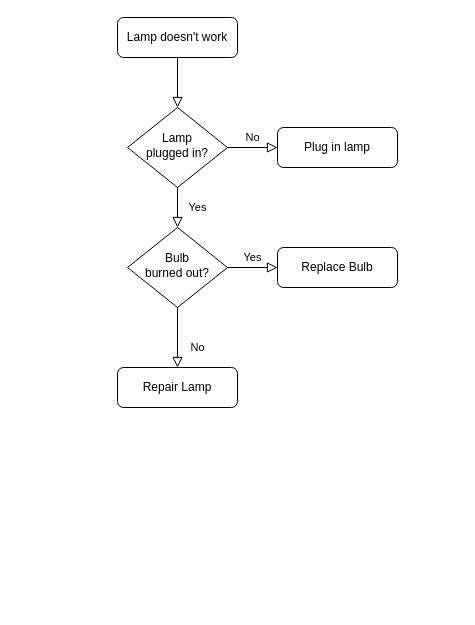
Earlier version of the draw.io diagram 大件库区周推荐商品移入移出.drawio (Viggon/draw.io). Source tidied: cells renumbered, new cells numbered last; positions are measured from the earlier drawing's top-left corner, leaving out a move shared by most shapes. Both pictures are drawn from the tidied source at 100%, with x=0, y=0 at pixel (117, 17).
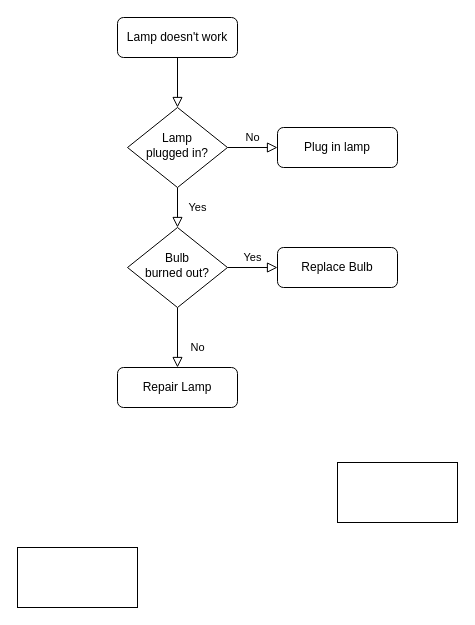
The same page after the edit.

Commit message:
更新大件库区周推荐商品移入移出.drawio

The edit, as a diff of the source:
```diff
@@
 <mxGraphModel>
   <root>
     <mxCell id="0" />
     <mxCell id="1" parent="0" />
     <mxCell id="2" style="rounded=0;html=1;jettySize=auto;fontSize=11;endArrow=block;endFill=0;endSize=8;strokeWidth=1;shadow=0;labelBackgroundColor=none;edgeStyle=orthogonalEdgeStyle;" parent="1" edge="1" source="3" target="6">
       <mxGeometry relative="1" as="geometry" />
     </mxCell>
     <mxCell id="3" value="Lamp doesn't work" style="rounded=1;whiteSpace=wrap;html=1;fontSize=12;glass=0;strokeWidth=1;shadow=0;" parent="1" vertex="1">
       <mxGeometry width="120" height="40" as="geometry" />
     </mxCell>
     <mxCell id="4" value="Yes" style="rounded=0;html=1;jettySize=auto;fontSize=11;endArrow=block;endFill=0;endSize=8;strokeWidth=1;shadow=0;labelBackgroundColor=none;edgeStyle=orthogonalEdgeStyle;" parent="1" edge="1" source="6" target="10">
       <mxGeometry y="20" relative="1" as="geometry" />
     </mxCell>
     <mxCell id="5" value="No" style="edgeStyle=orthogonalEdgeStyle;rounded=0;html=1;jettySize=auto;fontSize=11;endArrow=block;endFill=0;endSize=8;strokeWidth=1;shadow=0;labelBackgroundColor=none;" parent="1" edge="1" source="6" target="7">
       <mxGeometry y="10" relative="1" as="geometry" />
     </mxCell>
     <mxCell id="6" value="Lamp&lt;br&gt;plugged in?" style="rhombus;whiteSpace=wrap;html=1;shadow=0;fontFamily=Helvetica;fontSize=12;align=center;strokeWidth=1;spacing=6;spacingTop=-4;" parent="1" vertex="1">
       <mxGeometry x="10" y="90" width="100" height="80" as="geometry" />
     </mxCell>
     <mxCell id="7" value="Plug in lamp" style="rounded=1;whiteSpace=wrap;html=1;fontSize=12;glass=0;strokeWidth=1;shadow=0;" parent="1" vertex="1">
       <mxGeometry x="160" y="110" width="120" height="40" as="geometry" />
     </mxCell>
     <mxCell id="8" value="No" style="rounded=0;html=1;jettySize=auto;fontSize=11;endArrow=block;endFill=0;endSize=8;strokeWidth=1;shadow=0;labelBackgroundColor=none;edgeStyle=orthogonalEdgeStyle;" parent="1" edge="1" source="10" target="11">
       <mxGeometry x="0.33" y="20" relative="1" as="geometry" />
     </mxCell>
     <mxCell id="9" value="Yes" style="edgeStyle=orthogonalEdgeStyle;rounded=0;html=1;jettySize=auto;fontSize=11;endArrow=block;endFill=0;endSize=8;strokeWidth=1;shadow=0;labelBackgroundColor=none;" parent="1" edge="1" source="10" target="12">
       <mxGeometry y="10" relative="1" as="geometry" />
     </mxCell>
     <mxCell id="10" value="Bulb&lt;br&gt;burned out?" style="rhombus;whiteSpace=wrap;html=1;shadow=0;fontFamily=Helvetica;fontSize=12;align=center;strokeWidth=1;spacing=6;spacingTop=-4;" parent="1" vertex="1">
       <mxGeometry x="10" y="210" width="100" height="80" as="geometry" />
     </mxCell>
     <mxCell id="11" value="Repair Lamp" style="rounded=1;whiteSpace=wrap;html=1;fontSize=12;glass=0;strokeWidth=1;shadow=0;" parent="1" vertex="1">
       <mxGeometry y="350" width="120" height="40" as="geometry" />
     </mxCell>
     <mxCell id="12" value="Replace Bulb" style="rounded=1;whiteSpace=wrap;html=1;fontSize=12;glass=0;strokeWidth=1;shadow=0;" parent="1" vertex="1">
       <mxGeometry x="160" y="230" width="120" height="40" as="geometry" />
     </mxCell>
+    <mxCell id="13" style="rounded=0;whiteSpace=wrap;html=1;" parent="1" vertex="1">
+      <mxGeometry x="220" y="445" width="120" height="60" as="geometry" />
+    </mxCell>
+    <mxCell id="14" style="rounded=0;whiteSpace=wrap;html=1;" parent="1" vertex="1">
+      <mxGeometry x="-100" y="530" width="120" height="60" as="geometry" />
+    </mxCell>
   </root>
 </mxGraphModel>
```
